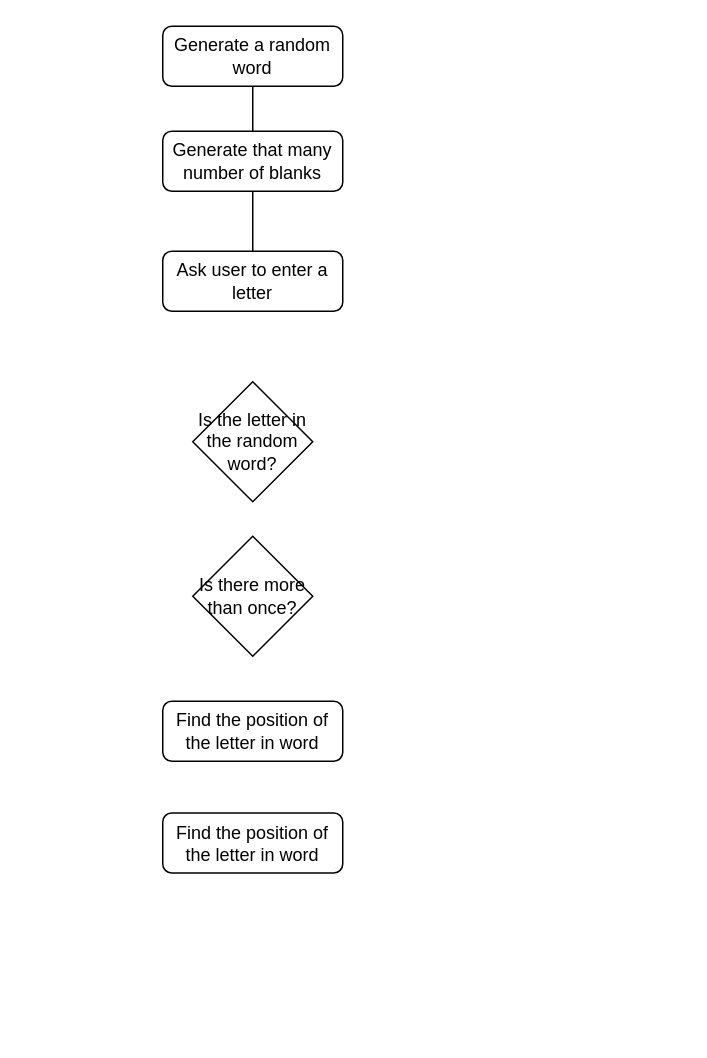
This is Untitled Diagram.drawio from tjjose/tjjose, a draw.io file, before an edit. Source tidied: cells renumbered, new cells numbered last; positions are measured from the earlier drawing's top-left corner, leaving out a move shared by most shapes. Both pictures are drawn from the tidied source at 150%, with x=0, y=0 at pixel (162, 26).
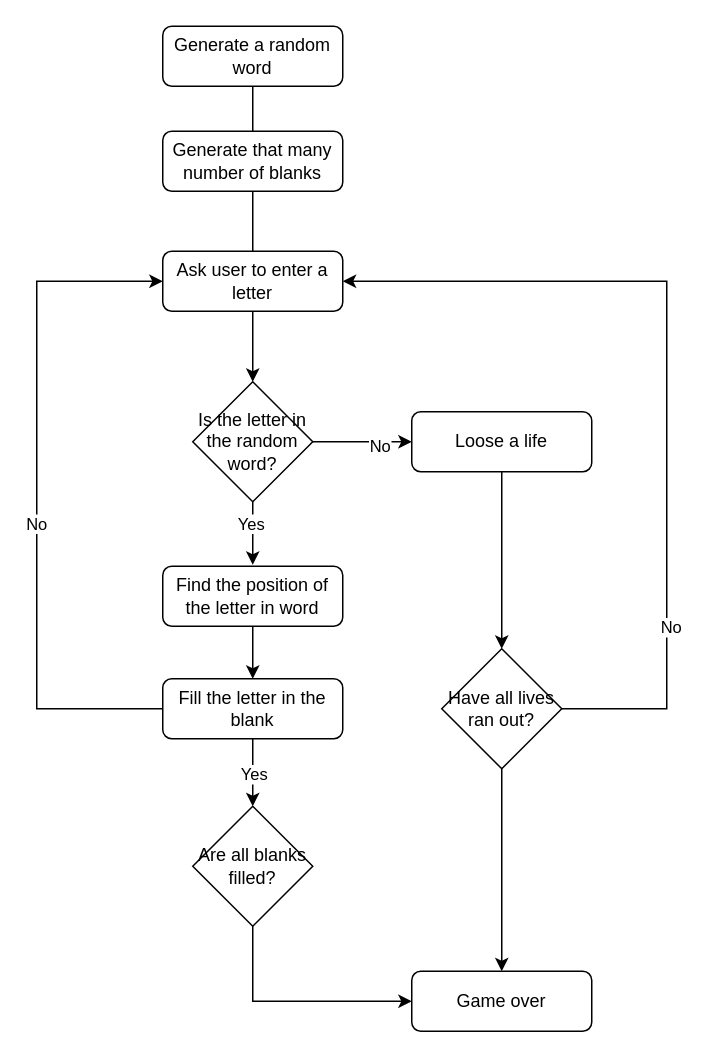
The same page after the edit.

Unchanged cells that the change refers to:
```xml
<mxCell id="4" value="Ask user to enter a letter" style="rounded=1;whiteSpace=wrap;html=1;fontSize=12;glass=0;strokeWidth=1;shadow=0;" parent="1" vertex="1">
  <mxGeometry y="150" width="120" height="40" as="geometry" />
</mxCell>
<mxCell id="6" value="Is the letter in the random word?" style="rhombus;whiteSpace=wrap;html=1;" parent="1" vertex="1">
  <mxGeometry x="20" y="237" width="80" height="80" as="geometry" />
</mxCell>
```

Diff of the diagram source:
```diff
@@
+    <mxCell id="10" style="edgeStyle=none;rounded=0;jettySize=auto;html=1;" parent="1" edge="1" source="4" target="6">
+      <mxGeometry relative="1" as="geometry" />
+    </mxCell>
@@
+    <mxCell id="11" style="edgeStyle=none;rounded=0;jettySize=auto;html=1;" parent="1" edge="1" source="6">
+      <mxGeometry relative="1" as="geometry">
+        <mxPoint x="60" y="359" as="targetPoint" />
+      </mxGeometry>
+    </mxCell>
+    <mxCell id="12" value="Yes" style="edgeLabel;html=1;align=center;verticalAlign=middle;" parent="11" vertex="1">
+      <mxGeometry x="-0.35" y="-2" relative="1" as="geometry" />
+    </mxCell>
+    <mxCell id="13" style="edgeStyle=none;rounded=0;jettySize=auto;html=1;" parent="1" edge="1" source="6" target="23">
+      <mxGeometry relative="1" as="geometry" />
+    </mxCell>
+    <mxCell id="14" value="No" style="edgeLabel;html=1;align=center;verticalAlign=middle;" parent="13" vertex="1">
+      <mxGeometry x="0.33" y="-1" relative="1" as="geometry">
+        <mxPoint y="1" as="offset" />
+      </mxGeometry>
+    </mxCell>
@@
+    <mxCell id="15" style="edgeStyle=orthogonalEdgeStyle;rounded=0;jettySize=auto;html=1;entryX=0;entryY=0.5;entryDx=0;entryDy=0;exitX=0;exitY=0.5;exitDx=0;exitDy=0;" parent="1" edge="1" source="7" target="4">
+      <mxGeometry relative="1" as="geometry">
+        <Array as="points">
+          <mxPoint x="-84" y="455" />
+          <mxPoint x="-84" y="170" />
+        </Array>
+      </mxGeometry>
+    </mxCell>
+    <mxCell id="16" value="No" style="edgeLabel;html=1;align=center;verticalAlign=middle;" parent="15" vertex="1">
+      <mxGeometry x="-0.08" y="1" relative="1" as="geometry" />
+    </mxCell>
+    <mxCell id="17" style="edgeStyle=orthogonalEdgeStyle;rounded=0;jettySize=auto;html=1;" parent="1" edge="1" source="7" target="25">
+      <mxGeometry relative="1" as="geometry" />
+    </mxCell>
+    <mxCell id="18" value="Yes" style="edgeLabel;html=1;align=center;verticalAlign=middle;" parent="17" vertex="1">
+      <mxGeometry relative="1" as="geometry" />
+    </mxCell>
-    <mxCell id="7" value="Find the position of the letter in word" style="rounded=1;whiteSpace=wrap;html=1;" parent="1" vertex="1">
-      <mxGeometry y="450" width="120" height="40" as="geometry" />
+    <mxCell id="7" value="Fill the letter in the blank" style="rounded=1;whiteSpace=wrap;html=1;" parent="1" vertex="1">
+      <mxGeometry y="435" width="120" height="40" as="geometry" />
     </mxCell>
+    <mxCell id="19" style="edgeStyle=none;rounded=0;jettySize=auto;html=1;" parent="1" edge="1" source="8" target="7">
+      <mxGeometry relative="1" as="geometry" />
+    </mxCell>
     <mxCell id="8" value="Find the position of the letter in word" style="rounded=1;whiteSpace=wrap;html=1;" parent="1" vertex="1">
-      <mxGeometry y="524.5" width="120" height="40" as="geometry" />
+      <mxGeometry y="360" width="120" height="40" as="geometry" />
     </mxCell>
-    <mxCell id="9" value="Is there more than once?" style="rhombus;whiteSpace=wrap;html=1;" parent="1" vertex="1">
-      <mxGeometry x="20" y="340" width="80" height="80" as="geometry" />
-    </mxCell>
+    <mxCell id="20" style="edgeStyle=orthogonalEdgeStyle;rounded=0;jettySize=auto;html=1;entryX=1;entryY=0.5;entryDx=0;entryDy=0;exitX=1;exitY=0.5;exitDx=0;exitDy=0;" parent="1" edge="1" source="27" target="4">
+      <mxGeometry relative="1" as="geometry">
+        <Array as="points">
+          <mxPoint x="336" y="455" />
+          <mxPoint x="336" y="170" />
+        </Array>
+      </mxGeometry>
+    </mxCell>
+    <mxCell id="21" value="No" style="edgeLabel;html=1;align=center;verticalAlign=middle;" parent="20" vertex="1">
+      <mxGeometry x="-0.56" y="-2" relative="1" as="geometry">
+        <mxPoint y="1" as="offset" />
+      </mxGeometry>
+    </mxCell>
+    <mxCell id="22" style="edgeStyle=orthogonalEdgeStyle;rounded=0;jettySize=auto;html=1;" parent="1" edge="1" source="23" target="27">
+      <mxGeometry relative="1" as="geometry" />
+    </mxCell>
+    <mxCell id="23" value="Loose a life" style="rounded=1;whiteSpace=wrap;html=1;fontSize=12;glass=0;strokeWidth=1;shadow=0;" parent="1" vertex="1">
+      <mxGeometry x="166" y="257" width="120" height="40" as="geometry" />
+    </mxCell>
+    <mxCell id="24" style="edgeStyle=orthogonalEdgeStyle;rounded=0;jettySize=auto;html=1;exitX=0.5;exitY=1;exitDx=0;exitDy=0;entryX=0;entryY=0.5;entryDx=0;entryDy=0;" parent="1" edge="1" source="25" target="28">
+      <mxGeometry relative="1" as="geometry" />
+    </mxCell>
+    <mxCell id="25" value="Are all blanks filled?" style="rhombus;whiteSpace=wrap;html=1;" parent="1" vertex="1">
+      <mxGeometry x="20" y="520" width="80" height="80" as="geometry" />
+    </mxCell>
+    <mxCell id="26" style="edgeStyle=orthogonalEdgeStyle;rounded=0;jettySize=auto;html=1;entryX=0.5;entryY=0;entryDx=0;entryDy=0;" parent="1" edge="1" source="27" target="28">
+      <mxGeometry relative="1" as="geometry" />
+    </mxCell>
+    <mxCell id="27" value="Have all lives ran out?" style="rhombus;whiteSpace=wrap;html=1;" parent="1" vertex="1">
+      <mxGeometry x="186" y="415" width="80" height="80" as="geometry" />
+    </mxCell>
+    <mxCell id="28" value="Game over" style="rounded=1;whiteSpace=wrap;html=1;fontSize=12;glass=0;strokeWidth=1;shadow=0;" parent="1" vertex="1">
+      <mxGeometry x="166" y="630" width="120" height="40" as="geometry" />
+    </mxCell>
```
